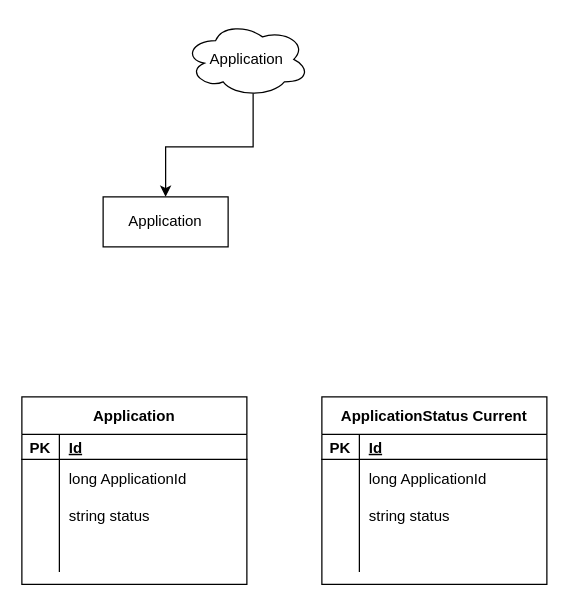
Above: DevServicesStatusUpdate.drawio in mattwatts36/drawings (draw.io), before the change. Source tidied: cells renumbered, new cells numbered last; positions are measured from the earlier drawing's top-left corner, leaving out a move shared by most shapes. Both pictures are drawn from the tidied source at 125%, with x=0, y=0 at pixel (21, 21).
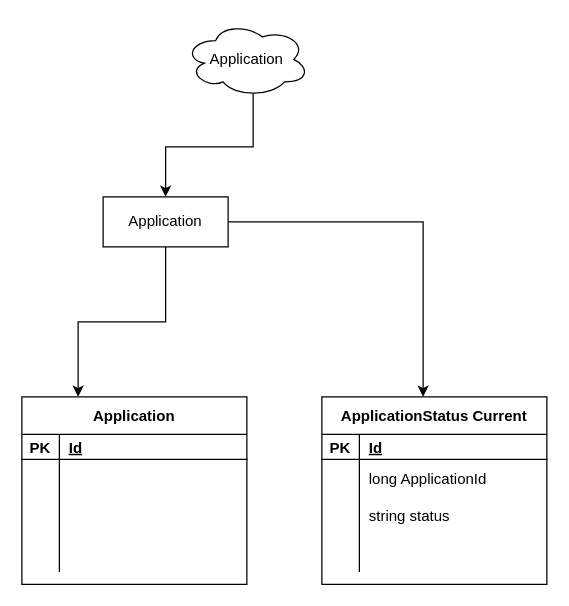
After the change.

Unchanged cells that the change refers to:
```xml
<mxCell id="2" value="ApplicationStatus Current" style="shape=table;startSize=30;childLayout=tableLayout;rowLines=0;fontStyle=1;align=center;" parent="1" vertex="1">
  <mxGeometry x="240" y="300" width="180" height="150" as="geometry" />
</mxCell>
<mxCell id="17" value="Application" style="whiteSpace=wrap;html=1;align=center;" parent="1" vertex="1">
  <mxGeometry x="65" y="140" width="100" height="40" as="geometry" />
</mxCell>
<mxCell id="18" value="Application" style="shape=table;startSize=30;childLayout=tableLayout;rowLines=0;fontStyle=1;align=center;" parent="1" vertex="1">
  <mxGeometry y="300" width="180" height="150" as="geometry" />
</mxCell>
<mxCell id="22" style="shape=partialRectangle;fillColor=none;top=0;left=0;bottom=0;right=0;" parent="18" vertex="1">
  <mxGeometry y="50" width="180" height="30" as="geometry" />
</mxCell>
<mxCell id="25" style="shape=partialRectangle;fillColor=none;top=0;left=0;bottom=0;right=0;" parent="18" vertex="1">
  <mxGeometry y="80" width="180" height="30" as="geometry" />
</mxCell>
```

What changed in the source:
```diff
@@
+    <mxCell id="31" style="edgeStyle=orthogonalEdgeStyle;rounded=0;jettySize=auto;html=1;exitX=0.5;exitY=1;exitDx=0;exitDy=0;entryX=0.25;entryY=0;entryDx=0;entryDy=0;" parent="1" edge="1" source="17" target="18">
+      <mxGeometry relative="1" as="geometry" />
+    </mxCell>
+    <mxCell id="32" style="edgeStyle=orthogonalEdgeStyle;rounded=0;jettySize=auto;html=1;exitX=1;exitY=0.5;exitDx=0;exitDy=0;entryX=0.45;entryY=0;entryDx=0;entryDy=0;entryPerimeter=0;" parent="1" edge="1" source="17" target="2">
+      <mxGeometry relative="1" as="geometry" />
+    </mxCell>
@@
-    <mxCell id="24" value="long ApplicationId" style="shape=partialRectangle;fillColor=none;top=0;left=0;bottom=0;right=0;align=left;spacingLeft=6;overflow=hidden;" parent="22" vertex="1">
+    <mxCell id="24" style="shape=partialRectangle;fillColor=none;top=0;left=0;bottom=0;right=0;align=left;spacingLeft=6;overflow=hidden;" parent="22" vertex="1">
       <mxGeometry x="30" width="150" height="30" as="geometry" />
     </mxCell>
@@
-    <mxCell id="27" value="string status" style="shape=partialRectangle;fillColor=none;top=0;left=0;bottom=0;right=0;align=left;spacingLeft=6;overflow=hidden;" parent="25" vertex="1">
+    <mxCell id="27" style="shape=partialRectangle;fillColor=none;top=0;left=0;bottom=0;right=0;align=left;spacingLeft=6;overflow=hidden;" parent="25" vertex="1">
       <mxGeometry x="30" width="150" height="30" as="geometry" />
     </mxCell>
```
